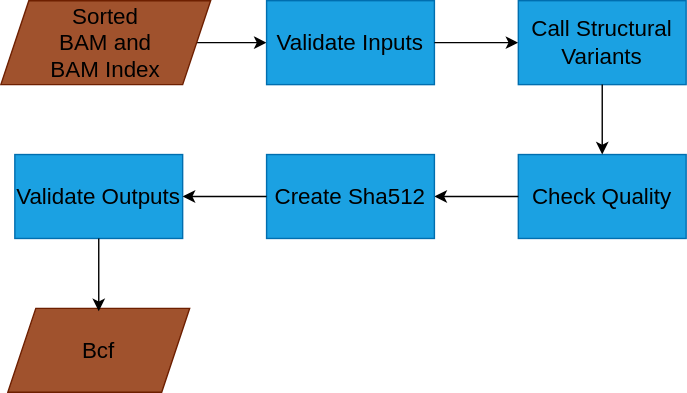
Above: call-gSV-flowchart-diagram.drawio.svg in uclahs-cds/pipeline-call-gSV (draw.io), before the change. Source tidied: cells renumbered, new cells last; positions are measured from the earlier drawing's top-left corner, leaving out a move shared by most shapes.
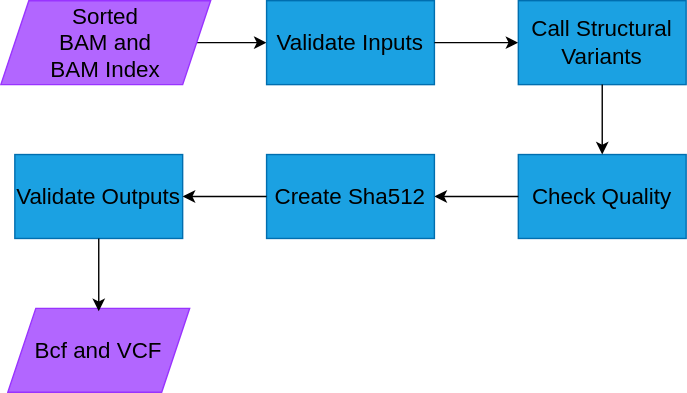
After the commit.

Commit message:
Updated readme and DAG for code review

What changed in the source:
```diff
@@ -5,7 +5,7 @@
     <mxCell id="2" style="endArrow=classic;html=1;entryX=0;entryY=0.5;entryDx=0;entryDy=0;exitX=1;exitY=0.5;exitDx=0;exitDy=0;strokeColor=#000000;" parent="1" edge="1" source="3" target="4">
       <mxGeometry relative="1" as="geometry" />
     </mxCell>
-    <mxCell id="3" value="Sorted &lt;br style=&quot;font-size: 16px;&quot;&gt;BAM and &lt;br style=&quot;font-size: 16px;&quot;&gt;BAM Index" style="shape=parallelogram;perimeter=parallelogramPerimeter;whiteSpace=wrap;html=1;fixedSize=1;fillColor=#a0522d;strokeColor=#6D1F00;fontSize=16;fontColor=#000000;" parent="1" vertex="1">
+    <mxCell id="3" value="Sorted &lt;br style=&quot;font-size: 16px;&quot;&gt;BAM and &lt;br style=&quot;font-size: 16px;&quot;&gt;BAM Index" style="shape=parallelogram;perimeter=parallelogramPerimeter;whiteSpace=wrap;html=1;fixedSize=1;fillColor=#B266FF;strokeColor=#9933FF;fontSize=16;fontColor=#000000;" parent="1" vertex="1">
       <mxGeometry width="150" height="60" as="geometry" />
     </mxCell>
     <mxCell id="4" value="Validate Inputs" style="rounded=0;whiteSpace=wrap;html=1;fillColor=#1ba1e2;strokeColor=#006EAF;fontColor=#000000;fontSize=16;" parent="1" vertex="1">
@@ -32,7 +32,7 @@
     <mxCell id="11" value="Validate Outputs" style="rounded=0;whiteSpace=wrap;html=1;fillColor=#1ba1e2;strokeColor=#006EAF;fontColor=#000000;fontSize=16;" parent="1" vertex="1">
       <mxGeometry x="10" y="110" width="120" height="60" as="geometry" />
     </mxCell>
-    <mxCell id="12" value="Bcf" style="shape=parallelogram;perimeter=parallelogramPerimeter;whiteSpace=wrap;html=1;fixedSize=1;fillColor=#a0522d;strokeColor=#6D1F00;fontSize=16;fontColor=#000000;" parent="1" vertex="1">
+    <mxCell id="12" value="Bcf and VCF" style="shape=parallelogram;perimeter=parallelogramPerimeter;whiteSpace=wrap;html=1;fixedSize=1;fillColor=#B266FF;strokeColor=#9933FF;fontSize=16;fontColor=#000000;" parent="1" vertex="1">
       <mxGeometry x="5" y="220" width="130" height="60" as="geometry" />
     </mxCell>
     <mxCell id="13" style="edgeStyle=orthogonalEdgeStyle;rounded=0;jettySize=auto;html=1;strokeColor=#000000;" parent="1" edge="1" target="11">
```
